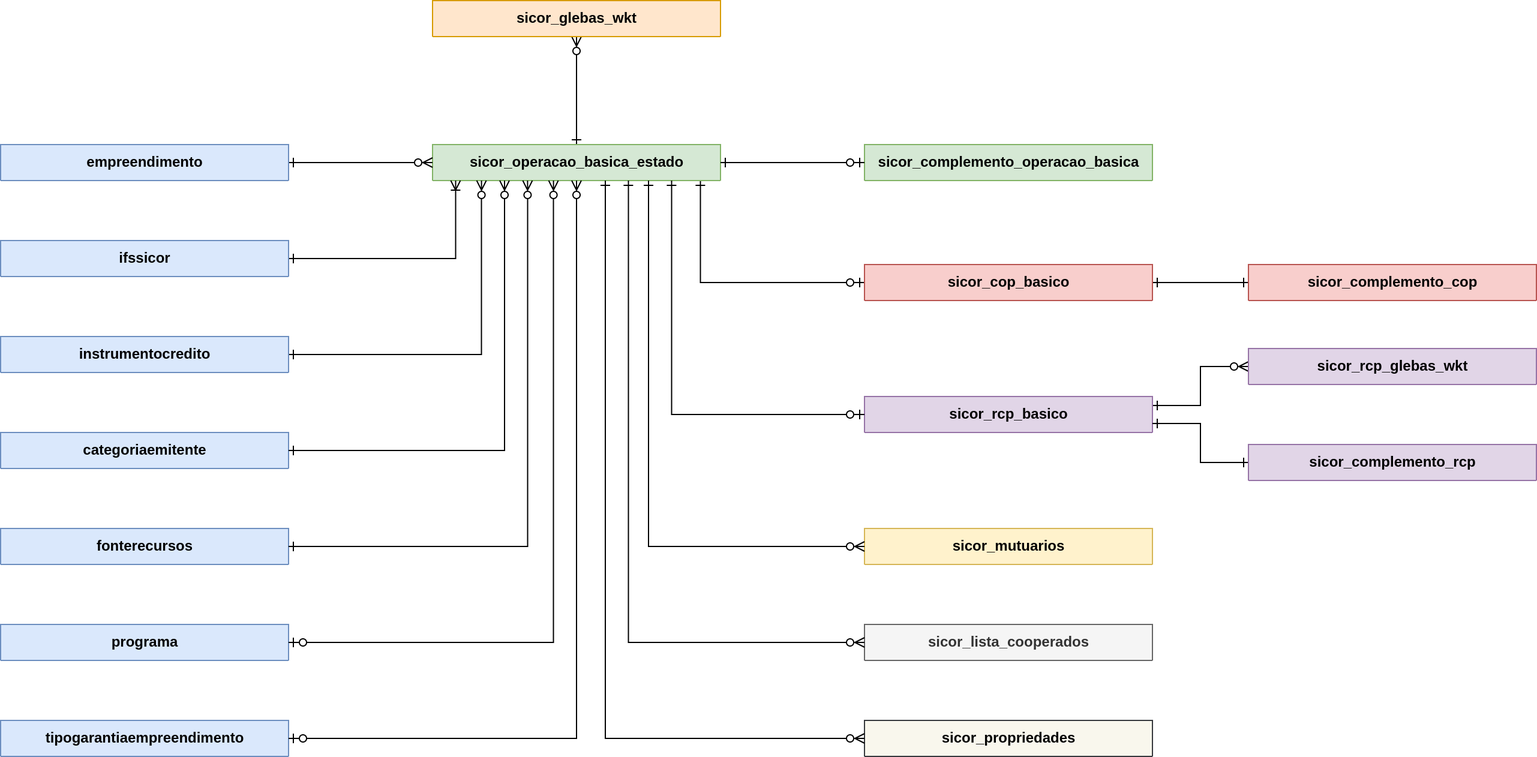
Before: _images/modelo-dados-simplificado.png, a diagram exported from draw.io (geo-credito-rural/geo-credito-rural.github.io). Source tidied: cells renumbered, new cells last; positions are measured from the earlier drawing's top-left corner, leaving out a move shared by most shapes. The source it was exported from:
```xml
<mxGraphModel>
  <root>
    <mxCell id="0" />
    <mxCell id="1" parent="0" />
    <mxCell id="2" style="edgeStyle=orthogonalEdgeStyle;rounded=0;jettySize=auto;html=1;endArrow=ERzeroToMany;endFill=0;startArrow=ERone;startFill=0;" parent="1" edge="1" source="4" target="17">
      <mxGeometry relative="1" as="geometry" />
    </mxCell>
    <mxCell id="3" style="edgeStyle=orthogonalEdgeStyle;rounded=0;jettySize=auto;html=1;entryX=0;entryY=0.5;entryDx=0;entryDy=0;endArrow=ERzeroToOne;endFill=0;startArrow=ERone;startFill=0;exitX=0.93;exitY=1;exitDx=0;exitDy=0;exitPerimeter=0;" parent="1" edge="1" source="4" target="20">
      <mxGeometry relative="1" as="geometry" />
    </mxCell>
    <mxCell id="4" value="sicor_operacao_basica_estado" style="shape=table;startSize=30;rowLines=0;fontStyle=1;align=center;html=1;fillColor=#d5e8d4;strokeColor=#82b366;points=[[0,0,0,0,0],[0,0.25,0,0,0],[0,0.5,0,0,0],[0,0.75,0,0,0],[0,1,0,0,0],[0.08,0,0,0,0],[0.08,1,0,0,0],[0.17,0,0,0,0],[0.17,1,0,0,0],[0.25,0,0,0,0],[0.25,1,0,0,0],[0.33,0,0,0,0],[0.33,1,0,0,0],[0.42,0,0,0,0],[0.42,1,0,0,0],[0.5,0,0,0,0],[0.5,1,0,0,0],[0.59,0,0,0,0],[0.6,1,0,0,0],[0.67,0,0,0,0],[0.68,1,0,0,0],[0.75,0,0,0,0],[0.75,1,0,0,0],[0.83,0,0,0,0],[0.83,1,0,0,0],[0.93,0,0,0,0],[0.93,1,0,0,0],[1,0,0,0,0],[1,0.25,0,0,0],[1,0.5,0,0,0],[1,0.75,0,0,0],[1,1,0,0,0]];" parent="1" vertex="1" collapsed="1">
      <mxGeometry x="360" y="120" width="240" height="30" as="geometry" />
    </mxCell>
    <mxCell id="5" value="ifssicor" style="shape=table;startSize=30;rowLines=0;fontStyle=1;align=center;html=1;fillColor=#dae8fc;strokeColor=#6c8ebf;" parent="1" vertex="1" collapsed="1">
      <mxGeometry y="200" width="240" height="30" as="geometry" />
    </mxCell>
    <mxCell id="6" style="edgeStyle=orthogonalEdgeStyle;rounded=0;jettySize=auto;html=1;entryX=0;entryY=0.5;entryDx=0;entryDy=0;endArrow=ERzeroToMany;endFill=0;startArrow=ERone;startFill=0;" parent="1" edge="1" source="7" target="4">
      <mxGeometry relative="1" as="geometry" />
    </mxCell>
    <mxCell id="7" value="empreendimento" style="shape=table;startSize=30;rowLines=0;fontStyle=1;align=center;html=1;fillColor=#dae8fc;strokeColor=#6c8ebf;" parent="1" vertex="1" collapsed="1">
      <mxGeometry y="120" width="240" height="30" as="geometry" />
    </mxCell>
    <mxCell id="8" style="edgeStyle=orthogonalEdgeStyle;rounded=0;jettySize=auto;html=1;exitX=1;exitY=0.5;exitDx=0;exitDy=0;entryX=0.17;entryY=1;entryDx=0;entryDy=0;endArrow=ERzeroToMany;endFill=0;startArrow=ERone;startFill=0;entryPerimeter=0;" parent="1" edge="1" source="9" target="4">
      <mxGeometry relative="1" as="geometry" />
    </mxCell>
    <mxCell id="9" value="instrumentocredito" style="shape=table;startSize=30;rowLines=0;fontStyle=1;align=center;html=1;fillColor=#dae8fc;strokeColor=#6c8ebf;" parent="1" vertex="1" collapsed="1">
      <mxGeometry y="280" width="240" height="30" as="geometry" />
    </mxCell>
    <mxCell id="10" value="categoriaemitente" style="shape=table;startSize=30;rowLines=0;fontStyle=1;align=center;html=1;fillColor=#dae8fc;strokeColor=#6c8ebf;" parent="1" vertex="1" collapsed="1">
      <mxGeometry y="360" width="240" height="30" as="geometry" />
    </mxCell>
    <mxCell id="11" style="edgeStyle=orthogonalEdgeStyle;rounded=0;jettySize=auto;html=1;exitX=1;exitY=0.5;exitDx=0;exitDy=0;entryX=0.25;entryY=1;entryDx=0;entryDy=0;entryPerimeter=0;startArrow=ERone;startFill=0;endArrow=ERzeroToMany;endFill=0;" parent="1" edge="1" source="10" target="4">
      <mxGeometry relative="1" as="geometry" />
    </mxCell>
    <mxCell id="12" value="fonterecursos" style="shape=table;startSize=30;rowLines=0;fontStyle=1;align=center;html=1;fillColor=#dae8fc;strokeColor=#6c8ebf;" parent="1" vertex="1" collapsed="1">
      <mxGeometry y="440" width="240" height="30" as="geometry" />
    </mxCell>
    <mxCell id="13" style="edgeStyle=orthogonalEdgeStyle;rounded=0;jettySize=auto;html=1;exitX=1;exitY=0.5;exitDx=0;exitDy=0;startArrow=ERone;startFill=0;endArrow=ERzeroToMany;endFill=0;entryX=0.33;entryY=1;entryDx=0;entryDy=0;entryPerimeter=0;" parent="1" edge="1" source="12" target="4">
      <mxGeometry relative="1" as="geometry">
        <Array as="points">
          <mxPoint x="439" y="455" />
        </Array>
      </mxGeometry>
    </mxCell>
    <mxCell id="14" value="tipogarantiaempreendimento" style="shape=table;startSize=30;rowLines=0;fontStyle=1;align=center;html=1;fillColor=#dae8fc;strokeColor=#6c8ebf;" parent="1" vertex="1" collapsed="1">
      <mxGeometry y="600" width="240" height="30" as="geometry" />
    </mxCell>
    <mxCell id="15" value="programa" style="shape=table;startSize=30;rowLines=0;fontStyle=1;align=center;html=1;fillColor=#dae8fc;strokeColor=#6c8ebf;" parent="1" vertex="1" collapsed="1">
      <mxGeometry y="520" width="240" height="30" as="geometry" />
    </mxCell>
    <mxCell id="16" style="edgeStyle=orthogonalEdgeStyle;rounded=0;jettySize=auto;html=1;entryX=0.42;entryY=1;entryDx=0;entryDy=0;entryPerimeter=0;startArrow=ERzeroToOne;startFill=0;endArrow=ERzeroToMany;endFill=0;" parent="1" edge="1" source="15" target="4">
      <mxGeometry relative="1" as="geometry" />
    </mxCell>
    <mxCell id="17" value="sicor_glebas_wkt" style="shape=table;startSize=30;rowLines=0;fontStyle=1;align=center;html=1;fillColor=#ffe6cc;strokeColor=#d79b00;" parent="1" vertex="1" collapsed="1">
      <mxGeometry x="360" width="240" height="30" as="geometry" />
    </mxCell>
    <mxCell id="18" style="edgeStyle=orthogonalEdgeStyle;rounded=0;jettySize=auto;html=1;startArrow=ERzeroToOne;startFill=0;endArrow=ERzeroToMany;endFill=0;entryX=0.5;entryY=1;entryDx=0;entryDy=0;entryPerimeter=0;" parent="1" edge="1" source="14" target="4">
      <mxGeometry relative="1" as="geometry" />
    </mxCell>
    <mxCell id="19" style="edgeStyle=orthogonalEdgeStyle;rounded=0;jettySize=auto;html=1;exitX=1;exitY=0.5;exitDx=0;exitDy=0;entryX=0;entryY=0.5;entryDx=0;entryDy=0;startArrow=ERone;startFill=0;endArrow=ERone;endFill=0;" parent="1" edge="1" source="20" target="27">
      <mxGeometry relative="1" as="geometry" />
    </mxCell>
    <mxCell id="20" value="sicor_cop_basico" style="shape=table;startSize=30;rowLines=0;fontStyle=1;align=center;html=1;fillColor=#f8cecc;strokeColor=#b85450;" parent="1" vertex="1" collapsed="1">
      <mxGeometry x="720" y="220" width="240" height="30" as="geometry" />
    </mxCell>
    <mxCell id="21" style="edgeStyle=orthogonalEdgeStyle;rounded=0;jettySize=auto;html=1;exitX=1;exitY=0.25;exitDx=0;exitDy=0;entryX=0;entryY=0.5;entryDx=0;entryDy=0;startArrow=ERone;startFill=0;endArrow=ERzeroToMany;endFill=0;" parent="1" edge="1" source="22" target="23">
      <mxGeometry relative="1" as="geometry" />
    </mxCell>
    <mxCell id="22" value="sicor_rcp_basico" style="shape=table;startSize=30;rowLines=0;fontStyle=1;align=center;html=1;fillColor=#e1d5e7;strokeColor=#9673a6;" parent="1" vertex="1" collapsed="1">
      <mxGeometry x="720" y="330" width="240" height="30" as="geometry" />
    </mxCell>
    <mxCell id="23" value="sicor_rcp_glebas_wkt" style="shape=table;startSize=30;rowLines=0;fontStyle=1;align=center;html=1;fillColor=#e1d5e7;strokeColor=#9673a6;" parent="1" vertex="1" collapsed="1">
      <mxGeometry x="1040" y="290" width="240" height="30" as="geometry" />
    </mxCell>
    <mxCell id="24" style="edgeStyle=orthogonalEdgeStyle;rounded=0;jettySize=auto;html=1;endArrow=ERone;endFill=0;startArrow=ERzeroToOne;startFill=0;entryX=0.83;entryY=1;entryDx=0;entryDy=0;entryPerimeter=0;" parent="1" edge="1" source="22" target="4">
      <mxGeometry relative="1" as="geometry" />
    </mxCell>
    <mxCell id="25" value="sicor_complemento_operacao_basica" style="shape=table;startSize=30;rowLines=0;fontStyle=1;align=center;html=1;fillColor=#d5e8d4;strokeColor=#82b366;points=[[0,0,0,0,0],[0,0.25,0,0,0],[0,0.5,0,0,0],[0,0.75,0,0,0],[0,1,0,0,0],[0.14,1,0,0,0],[0.25,0,0,0,0],[0.25,1,0,0,0],[0.4,1,0,0,0],[0.5,0,0,0,0],[0.5,1,0,0,0],[0.63,1,0,0,0],[0.75,0,0,0,0],[0.75,1,0,0,0],[0.88,1,0,0,0],[1,0,0,0,0],[1,0.25,0,0,0],[1,0.5,0,0,0],[1,0.75,0,0,0],[1,1,0,0,0]];" parent="1" vertex="1" collapsed="1">
      <mxGeometry x="720" y="120" width="240" height="30" as="geometry" />
    </mxCell>
    <mxCell id="26" style="edgeStyle=orthogonalEdgeStyle;rounded=0;jettySize=auto;html=1;exitX=0;exitY=0.5;exitDx=0;exitDy=0;exitPerimeter=0;entryX=1;entryY=0.5;entryDx=0;entryDy=0;entryPerimeter=0;endArrow=ERone;endFill=0;startArrow=ERzeroToOne;startFill=0;" parent="1" edge="1" source="25" target="4">
      <mxGeometry relative="1" as="geometry" />
    </mxCell>
    <mxCell id="27" value="sicor_complemento_cop" style="shape=table;startSize=30;rowLines=0;fontStyle=1;align=center;html=1;fillColor=#f8cecc;strokeColor=#b85450;" parent="1" vertex="1" collapsed="1">
      <mxGeometry x="1040" y="220" width="240" height="30" as="geometry" />
    </mxCell>
    <mxCell id="28" style="edgeStyle=orthogonalEdgeStyle;rounded=0;jettySize=auto;html=1;entryX=1;entryY=0.75;entryDx=0;entryDy=0;endArrow=ERone;endFill=0;startArrow=ERone;startFill=0;" parent="1" edge="1" source="29" target="22">
      <mxGeometry relative="1" as="geometry" />
    </mxCell>
    <mxCell id="29" value="sicor_complemento_rcp" style="shape=table;startSize=30;rowLines=0;fontStyle=1;align=center;html=1;fillColor=#e1d5e7;strokeColor=#9673a6;" parent="1" vertex="1" collapsed="1">
      <mxGeometry x="1040" y="370" width="240" height="30" as="geometry" />
    </mxCell>
    <mxCell id="30" value="sicor_mutuarios" style="shape=table;startSize=30;rowLines=0;fontStyle=1;align=center;html=1;fillColor=#fff2cc;strokeColor=#d6b656;" parent="1" vertex="1" collapsed="1">
      <mxGeometry x="720" y="440" width="240" height="30" as="geometry" />
    </mxCell>
    <mxCell id="31" value="sicor_propriedades" style="shape=table;startSize=30;rowLines=0;fontStyle=1;align=center;html=1;fillColor=#f9f7ed;strokeColor=#36393d;" parent="1" vertex="1" collapsed="1">
      <mxGeometry x="720" y="600" width="240" height="30" as="geometry" />
    </mxCell>
    <mxCell id="32" style="edgeStyle=orthogonalEdgeStyle;rounded=0;jettySize=auto;html=1;exitX=0;exitY=0.5;exitDx=0;exitDy=0;startArrow=ERzeroToMany;startFill=0;endArrow=ERone;endFill=0;entryX=0.75;entryY=1;entryDx=0;entryDy=0;entryPerimeter=0;" parent="1" edge="1" source="30" target="4">
      <mxGeometry relative="1" as="geometry" />
    </mxCell>
    <mxCell id="33" style="edgeStyle=orthogonalEdgeStyle;rounded=0;jettySize=auto;html=1;exitX=0;exitY=0.5;exitDx=0;exitDy=0;startArrow=ERzeroToMany;startFill=0;endArrow=ERone;endFill=0;entryX=0.6;entryY=1;entryDx=0;entryDy=0;entryPerimeter=0;" parent="1" edge="1" source="31" target="4">
      <mxGeometry relative="1" as="geometry" />
    </mxCell>
    <mxCell id="34" value="sicor_lista_cooperados" style="shape=table;startSize=30;rowLines=0;fontStyle=1;align=center;html=1;fillColor=#f5f5f5;strokeColor=#666666;fontColor=#333333;" parent="1" vertex="1" collapsed="1">
      <mxGeometry x="720" y="520" width="240" height="30" as="geometry" />
    </mxCell>
    <mxCell id="35" style="edgeStyle=orthogonalEdgeStyle;rounded=0;jettySize=auto;html=1;entryX=0.68;entryY=1;entryDx=0;entryDy=0;entryPerimeter=0;startArrow=ERzeroToMany;startFill=0;endArrow=ERone;endFill=0;" parent="1" edge="1" source="34" target="4">
      <mxGeometry relative="1" as="geometry" />
    </mxCell>
  </root>
</mxGraphModel>
```
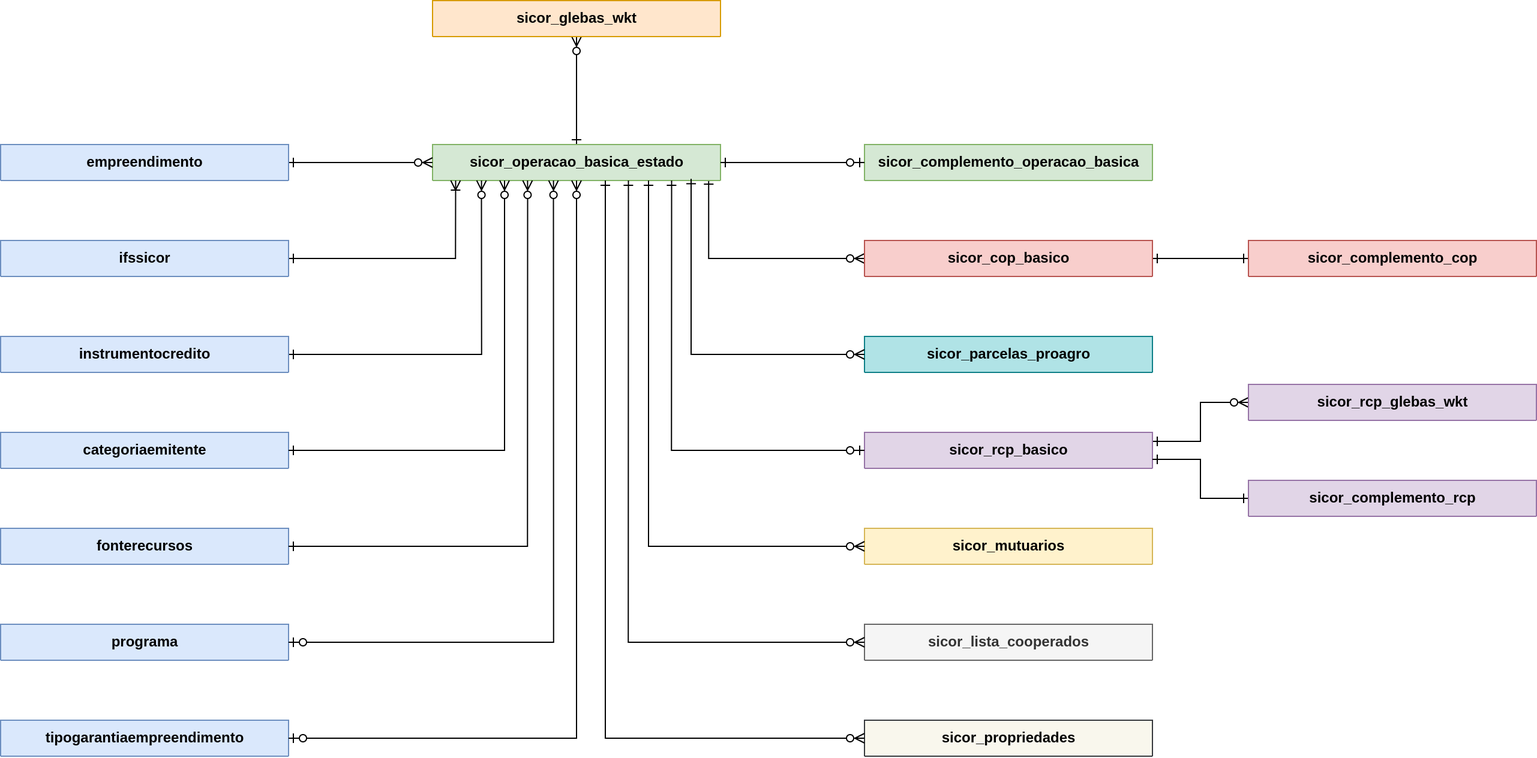
After the change.

Diff of the diagram source:
```diff
@@ -5,7 +5,7 @@
     <mxCell id="2" style="edgeStyle=orthogonalEdgeStyle;rounded=0;jettySize=auto;html=1;endArrow=ERzeroToMany;endFill=0;startArrow=ERone;startFill=0;" parent="1" edge="1" source="4" target="17">
       <mxGeometry relative="1" as="geometry" />
     </mxCell>
-    <mxCell id="3" style="edgeStyle=orthogonalEdgeStyle;rounded=0;jettySize=auto;html=1;entryX=0;entryY=0.5;entryDx=0;entryDy=0;endArrow=ERzeroToOne;endFill=0;startArrow=ERone;startFill=0;exitX=0.93;exitY=1;exitDx=0;exitDy=0;exitPerimeter=0;" parent="1" edge="1" source="4" target="20">
+    <mxCell id="3" style="edgeStyle=orthogonalEdgeStyle;rounded=0;jettySize=auto;html=1;entryX=0;entryY=0.5;entryDx=0;entryDy=0;endArrow=ERzeroToMany;endFill=0;startArrow=ERone;startFill=0;exitX=0.959;exitY=0.968;exitDx=0;exitDy=0;exitPerimeter=0;" parent="1" edge="1" source="4" target="20">
       <mxGeometry relative="1" as="geometry" />
     </mxCell>
     <mxCell id="4" value="sicor_operacao_basica_estado" style="shape=table;startSize=30;rowLines=0;fontStyle=1;align=center;html=1;fillColor=#d5e8d4;strokeColor=#82b366;points=[[0,0,0,0,0],[0,0.25,0,0,0],[0,0.5,0,0,0],[0,0.75,0,0,0],[0,1,0,0,0],[0.08,0,0,0,0],[0.08,1,0,0,0],[0.17,0,0,0,0],[0.17,1,0,0,0],[0.25,0,0,0,0],[0.25,1,0,0,0],[0.33,0,0,0,0],[0.33,1,0,0,0],[0.42,0,0,0,0],[0.42,1,0,0,0],[0.5,0,0,0,0],[0.5,1,0,0,0],[0.59,0,0,0,0],[0.6,1,0,0,0],[0.67,0,0,0,0],[0.68,1,0,0,0],[0.75,0,0,0,0],[0.75,1,0,0,0],[0.83,0,0,0,0],[0.83,1,0,0,0],[0.93,0,0,0,0],[0.93,1,0,0,0],[1,0,0,0,0],[1,0.25,0,0,0],[1,0.5,0,0,0],[1,0.75,0,0,0],[1,1,0,0,0]];" parent="1" vertex="1" collapsed="1">
@@ -61,16 +61,16 @@
       <mxGeometry relative="1" as="geometry" />
     </mxCell>
     <mxCell id="20" value="sicor_cop_basico" style="shape=table;startSize=30;rowLines=0;fontStyle=1;align=center;html=1;fillColor=#f8cecc;strokeColor=#b85450;" parent="1" vertex="1" collapsed="1">
-      <mxGeometry x="720" y="220" width="240" height="30" as="geometry" />
+      <mxGeometry x="720" y="200" width="240" height="30" as="geometry" />
     </mxCell>
     <mxCell id="21" style="edgeStyle=orthogonalEdgeStyle;rounded=0;jettySize=auto;html=1;exitX=1;exitY=0.25;exitDx=0;exitDy=0;entryX=0;entryY=0.5;entryDx=0;entryDy=0;startArrow=ERone;startFill=0;endArrow=ERzeroToMany;endFill=0;" parent="1" edge="1" source="22" target="23">
       <mxGeometry relative="1" as="geometry" />
     </mxCell>
     <mxCell id="22" value="sicor_rcp_basico" style="shape=table;startSize=30;rowLines=0;fontStyle=1;align=center;html=1;fillColor=#e1d5e7;strokeColor=#9673a6;" parent="1" vertex="1" collapsed="1">
-      <mxGeometry x="720" y="330" width="240" height="30" as="geometry" />
+      <mxGeometry x="720" y="360" width="240" height="30" as="geometry" />
     </mxCell>
     <mxCell id="23" value="sicor_rcp_glebas_wkt" style="shape=table;startSize=30;rowLines=0;fontStyle=1;align=center;html=1;fillColor=#e1d5e7;strokeColor=#9673a6;" parent="1" vertex="1" collapsed="1">
-      <mxGeometry x="1040" y="290" width="240" height="30" as="geometry" />
+      <mxGeometry x="1040" y="320" width="240" height="30" as="geometry" />
     </mxCell>
     <mxCell id="24" style="edgeStyle=orthogonalEdgeStyle;rounded=0;jettySize=auto;html=1;endArrow=ERone;endFill=0;startArrow=ERzeroToOne;startFill=0;entryX=0.83;entryY=1;entryDx=0;entryDy=0;entryPerimeter=0;" parent="1" edge="1" source="22" target="4">
       <mxGeometry relative="1" as="geometry" />
@@ -82,13 +82,13 @@
       <mxGeometry relative="1" as="geometry" />
     </mxCell>
     <mxCell id="27" value="sicor_complemento_cop" style="shape=table;startSize=30;rowLines=0;fontStyle=1;align=center;html=1;fillColor=#f8cecc;strokeColor=#b85450;" parent="1" vertex="1" collapsed="1">
-      <mxGeometry x="1040" y="220" width="240" height="30" as="geometry" />
+      <mxGeometry x="1040" y="200" width="240" height="30" as="geometry" />
     </mxCell>
     <mxCell id="28" style="edgeStyle=orthogonalEdgeStyle;rounded=0;jettySize=auto;html=1;entryX=1;entryY=0.75;entryDx=0;entryDy=0;endArrow=ERone;endFill=0;startArrow=ERone;startFill=0;" parent="1" edge="1" source="29" target="22">
       <mxGeometry relative="1" as="geometry" />
     </mxCell>
     <mxCell id="29" value="sicor_complemento_rcp" style="shape=table;startSize=30;rowLines=0;fontStyle=1;align=center;html=1;fillColor=#e1d5e7;strokeColor=#9673a6;" parent="1" vertex="1" collapsed="1">
-      <mxGeometry x="1040" y="370" width="240" height="30" as="geometry" />
+      <mxGeometry x="1040" y="400" width="240" height="30" as="geometry" />
     </mxCell>
     <mxCell id="30" value="sicor_mutuarios" style="shape=table;startSize=30;rowLines=0;fontStyle=1;align=center;html=1;fillColor=#fff2cc;strokeColor=#d6b656;" parent="1" vertex="1" collapsed="1">
       <mxGeometry x="720" y="440" width="240" height="30" as="geometry" />
@@ -108,5 +108,11 @@
     <mxCell id="35" style="edgeStyle=orthogonalEdgeStyle;rounded=0;jettySize=auto;html=1;entryX=0.68;entryY=1;entryDx=0;entryDy=0;entryPerimeter=0;startArrow=ERzeroToMany;startFill=0;endArrow=ERone;endFill=0;" parent="1" edge="1" source="34" target="4">
       <mxGeometry relative="1" as="geometry" />
     </mxCell>
+    <mxCell id="36" value="sicor_parcelas_proagro" style="shape=table;startSize=30;rowLines=0;fontStyle=1;align=center;html=1;fillColor=#b0e3e6;strokeColor=#0e8088;" parent="1" vertex="1" collapsed="1">
+      <mxGeometry x="720" y="280" width="240" height="30" as="geometry" />
+    </mxCell>
+    <mxCell id="37" style="edgeStyle=orthogonalEdgeStyle;rounded=0;jettySize=auto;html=1;exitX=0;exitY=0.5;exitDx=0;exitDy=0;entryX=0.898;entryY=0.956;entryDx=0;entryDy=0;entryPerimeter=0;endArrow=ERone;endFill=0;startArrow=ERzeroToMany;startFill=0;" parent="1" edge="1" source="36" target="4">
+      <mxGeometry relative="1" as="geometry" />
+    </mxCell>
   </root>
 </mxGraphModel>
```
